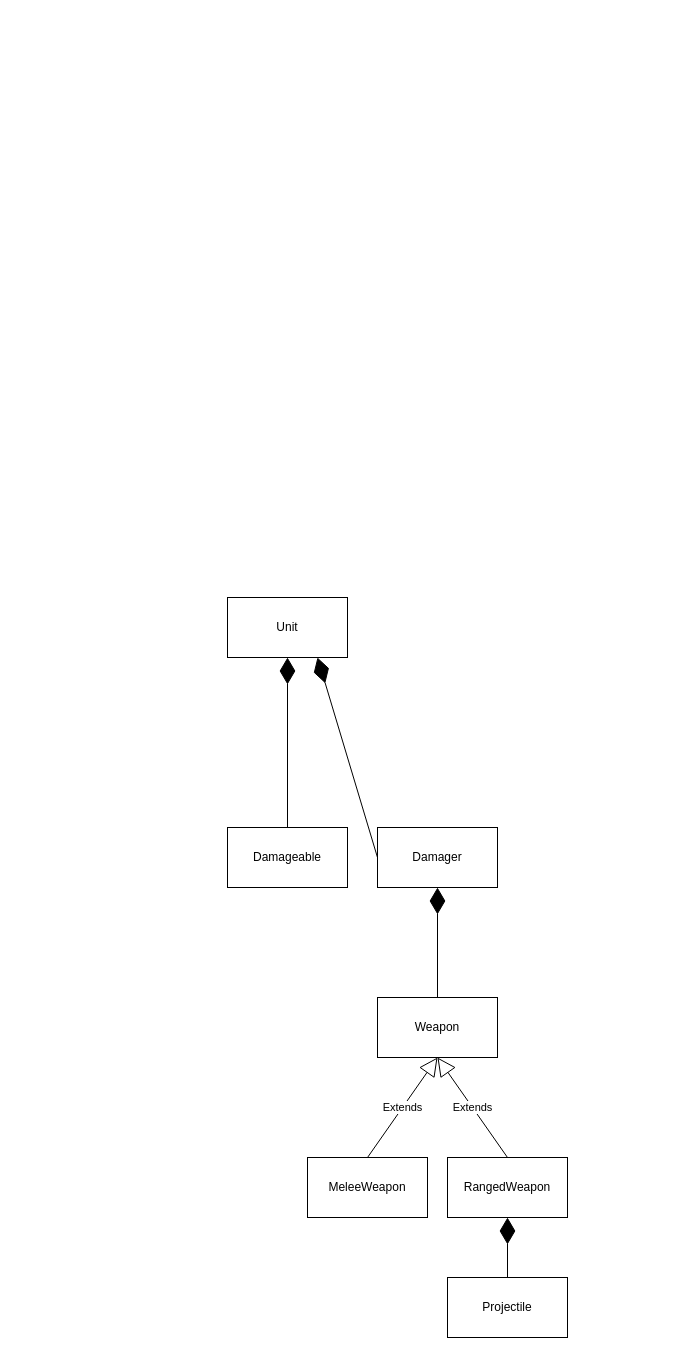
This is Documentation/rts.drawio from anvemaha/rts-game, a draw.io file, before an edit. Source tidied: cells renumbered, new cells numbered last; positions are measured from the earlier drawing's top-left corner, leaving out a move shared by most shapes. Both pictures are drawn from the tidied source at 100%, with x=0, y=0 at pixel (227, 597).
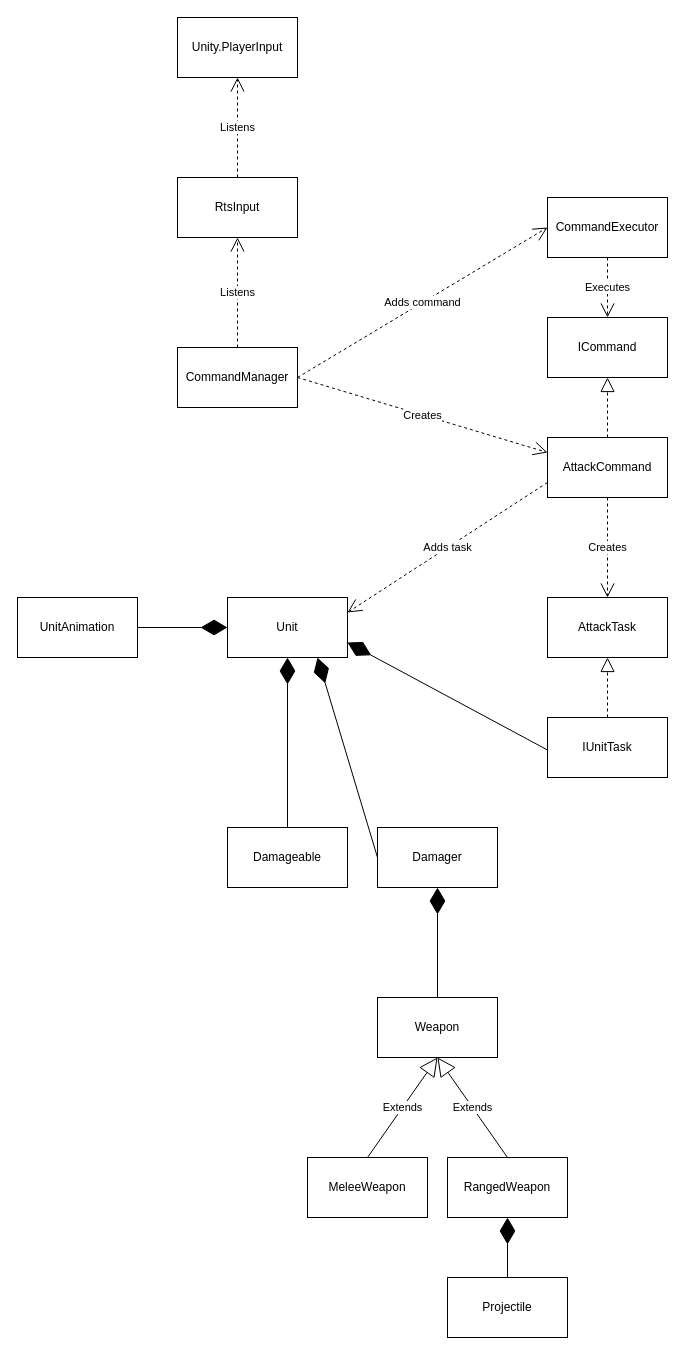
Above is the later version.

Unchanged cells that the change refers to:
```xml
<mxCell id="4" value="Unit" style="rounded=0;whiteSpace=wrap;html=1;" parent="1" vertex="1">
  <mxGeometry width="120" height="60" as="geometry" />
</mxCell>
```

What changed in the source:
```diff
@@
+    <mxCell id="15" value="CommandExecutor" style="rounded=0;whiteSpace=wrap;html=1;" parent="1" vertex="1">
+      <mxGeometry x="320" y="-400" width="120" height="60" as="geometry" />
+    </mxCell>
+    <mxCell id="16" value="CommandManager" style="rounded=0;whiteSpace=wrap;html=1;" parent="1" vertex="1">
+      <mxGeometry x="-50" y="-250" width="120" height="60" as="geometry" />
+    </mxCell>
+    <mxCell id="17" value="ICommand" style="rounded=0;whiteSpace=wrap;html=1;" parent="1" vertex="1">
+      <mxGeometry x="320" y="-280" width="120" height="60" as="geometry" />
+    </mxCell>
+    <mxCell id="18" value="AttackCommand" style="rounded=0;whiteSpace=wrap;html=1;" parent="1" vertex="1">
+      <mxGeometry x="320" y="-160" width="120" height="60" as="geometry" />
+    </mxCell>
+    <mxCell id="19" style="endArrow=block;dashed=1;endFill=0;endSize=12;html=1;strokeColor=#000000;entryX=0.5;entryY=1;entryDx=0;entryDy=0;exitX=0.5;exitY=0;exitDx=0;exitDy=0;" parent="1" edge="1" source="18" target="17">
+      <mxGeometry relative="1" as="geometry" />
+    </mxCell>
+    <mxCell id="20" value="Executes" style="endArrow=open;endSize=12;dashed=1;html=1;strokeColor=#000000;entryX=0.5;entryY=0;entryDx=0;entryDy=0;exitX=0.5;exitY=1;exitDx=0;exitDy=0;" parent="1" edge="1" source="15" target="17">
+      <mxGeometry relative="1" as="geometry" />
+    </mxCell>
+    <mxCell id="21" value="Creates" style="endArrow=open;endSize=12;dashed=1;html=1;strokeColor=#000000;exitX=1;exitY=0.5;exitDx=0;exitDy=0;entryX=0;entryY=0.25;entryDx=0;entryDy=0;" parent="1" edge="1" source="16" target="18">
+      <mxGeometry relative="1" as="geometry" />
+    </mxCell>
+    <mxCell id="22" value="Adds command" style="endArrow=open;endSize=12;dashed=1;html=1;strokeColor=#000000;exitX=1;exitY=0.5;exitDx=0;exitDy=0;entryX=0;entryY=0.5;entryDx=0;entryDy=0;" parent="1" edge="1" source="16" target="15">
+      <mxGeometry relative="1" as="geometry" />
+    </mxCell>
+    <mxCell id="23" value="RtsInput&lt;br&gt;" style="rounded=0;whiteSpace=wrap;html=1;" parent="1" vertex="1">
+      <mxGeometry x="-50" y="-420" width="120" height="60" as="geometry" />
+    </mxCell>
+    <mxCell id="24" value="Listens" style="endArrow=open;endSize=12;dashed=1;html=1;strokeColor=#000000;entryX=0.5;entryY=1;entryDx=0;entryDy=0;exitX=0.5;exitY=0;exitDx=0;exitDy=0;" parent="1" edge="1" source="16" target="23">
+      <mxGeometry relative="1" as="geometry" />
+    </mxCell>
+    <mxCell id="25" value="Unity.PlayerInput" style="rounded=0;whiteSpace=wrap;html=1;" parent="1" vertex="1">
+      <mxGeometry x="-50" y="-580" width="120" height="60" as="geometry" />
+    </mxCell>
+    <mxCell id="26" value="Listens" style="endArrow=open;endSize=12;dashed=1;html=1;strokeColor=#000000;entryX=0.5;entryY=1;entryDx=0;entryDy=0;exitX=0.5;exitY=0;exitDx=0;exitDy=0;" parent="1" edge="1" source="23" target="25">
+      <mxGeometry relative="1" as="geometry" />
+    </mxCell>
+    <mxCell id="27" value="Creates" style="endArrow=open;endSize=12;dashed=1;html=1;strokeColor=#000000;exitX=0.5;exitY=1;exitDx=0;exitDy=0;entryX=0.5;entryY=0;entryDx=0;entryDy=0;" parent="1" edge="1" source="18" target="28">
+      <mxGeometry relative="1" as="geometry" />
+    </mxCell>
+    <mxCell id="28" value="AttackTask" style="rounded=0;whiteSpace=wrap;html=1;" parent="1" vertex="1">
+      <mxGeometry x="320" width="120" height="60" as="geometry" />
+    </mxCell>
+    <mxCell id="29" value="Adds task" style="endArrow=open;endSize=12;dashed=1;html=1;strokeColor=#000000;exitX=0;exitY=0.75;exitDx=0;exitDy=0;entryX=1;entryY=0.25;entryDx=0;entryDy=0;" parent="1" edge="1" source="18" target="4">
+      <mxGeometry relative="1" as="geometry" />
+    </mxCell>
+    <mxCell id="30" value="IUnitTask" style="rounded=0;whiteSpace=wrap;html=1;" parent="1" vertex="1">
+      <mxGeometry x="320" y="120" width="120" height="60" as="geometry" />
+    </mxCell>
+    <mxCell id="31" style="endArrow=block;dashed=1;endFill=0;endSize=12;html=1;strokeColor=#000000;entryX=0.5;entryY=1;entryDx=0;entryDy=0;exitX=0.5;exitY=0;exitDx=0;exitDy=0;" parent="1" edge="1" source="30" target="28">
+      <mxGeometry relative="1" as="geometry" />
+    </mxCell>
+    <mxCell id="32" style="endArrow=diamondThin;endFill=1;endSize=24;html=1;entryX=1;entryY=0.75;entryDx=0;entryDy=0;exitX=0.005;exitY=0.547;exitDx=0;exitDy=0;exitPerimeter=0;" parent="1" edge="1" source="30" target="4">
+      <mxGeometry relative="1" as="geometry" />
+    </mxCell>
+    <mxCell id="33" value="UnitAnimation" style="rounded=0;whiteSpace=wrap;html=1;" parent="1" vertex="1">
+      <mxGeometry x="-210" width="120" height="60" as="geometry" />
+    </mxCell>
+    <mxCell id="34" style="endArrow=diamondThin;endFill=1;endSize=24;html=1;entryX=0;entryY=0.5;entryDx=0;entryDy=0;exitX=1;exitY=0.5;exitDx=0;exitDy=0;" parent="1" edge="1" source="33" target="4">
+      <mxGeometry relative="1" as="geometry" />
+    </mxCell>
```
